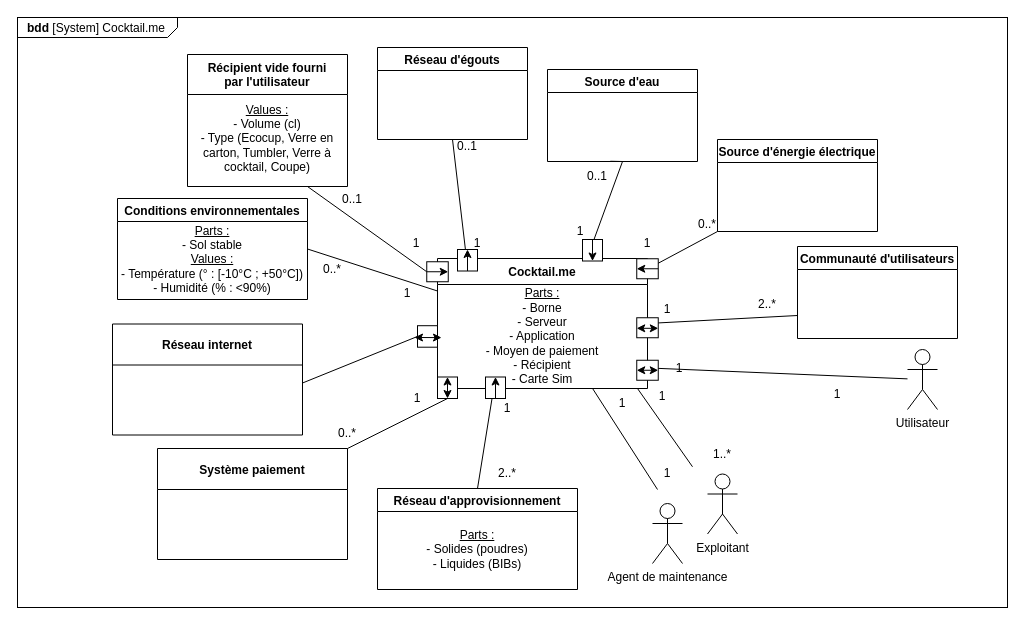
The draw.io diagram page "Contexte organique 28/04" (2 of 14) of borneCocktailP22.drawio in mbricogn/TN29-MBSE, before the edit. Source tidied: cells renumbered, new cells numbered last; positions are measured from the earlier drawing's top-left corner, leaving out a move shared by most shapes. Both pictures are drawn from the tidied source at 100%, with x=0, y=0 at pixel (17, 17).
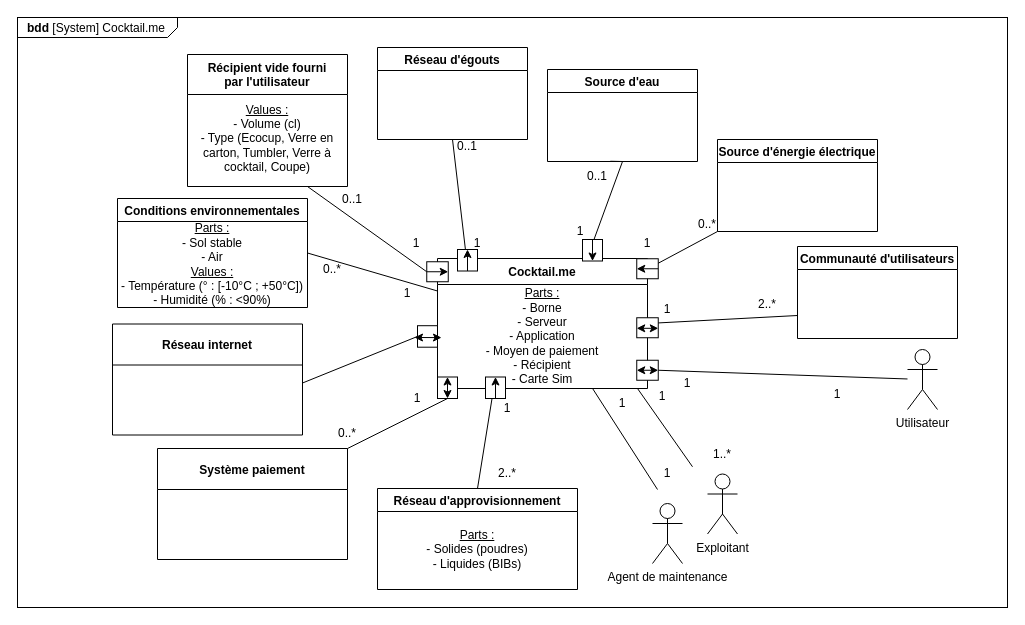
The same page after the edit.

The change refers to these unchanged cells:
```xml
<mxCell id="5" value="Utilisateur" style="shape=umlActor;verticalLabelPosition=bottom;verticalAlign=top;html=1;" parent="1" vertex="1">
  <mxGeometry x="890" y="332" width="30" height="60" as="geometry" />
</mxCell>
<mxCell id="65" style="rounded=0;whiteSpace=wrap;html=1;rotation=90;" parent="1" vertex="1">
  <mxGeometry x="620" y="342" width="20" height="21.5" as="geometry" />
</mxCell>
```

Diff of the diagram source:
```diff
@@
     <mxCell id="30" value="Conditions environnementales" style="swimlane;" parent="1" vertex="1">
-      <mxGeometry x="100" y="181" width="190" height="101" as="geometry" />
+      <mxGeometry x="100" y="181" width="190" height="109" as="geometry" />
     </mxCell>
-    <mxCell id="31" value="&lt;div&gt;&lt;u&gt;Parts :&lt;/u&gt;&lt;/div&gt;&lt;div&gt;- Sol stable&lt;br&gt;&lt;/div&gt;&lt;div&gt;&lt;u&gt;Values :&lt;/u&gt;&lt;/div&gt;&lt;div&gt;- Température (° : [-10°C ; +50°C])&lt;br&gt;&lt;/div&gt;&lt;div&gt;- Humidité (% : &amp;lt;90%)&lt;br&gt;&lt;/div&gt;" style="text;html=1;strokeColor=none;fillColor=none;align=center;verticalAlign=middle;whiteSpace=wrap;rounded=0;" parent="30" vertex="1">
-      <mxGeometry y="21" width="190" height="79" as="geometry" />
+    <mxCell id="31" value="&lt;div&gt;&lt;u&gt;Parts :&lt;/u&gt;&lt;/div&gt;&lt;div&gt;- Sol stable&lt;/div&gt;&lt;div&gt;- Air&lt;br&gt;&lt;/div&gt;&lt;div&gt;&lt;u&gt;Values :&lt;/u&gt;&lt;/div&gt;&lt;div&gt;- Température (° : [-10°C ; +50°C])&lt;br&gt;&lt;/div&gt;&lt;div&gt;- Humidité (% : &amp;lt;90%)&lt;br&gt;&lt;/div&gt;" style="text;html=1;strokeColor=none;fillColor=none;align=center;verticalAlign=middle;whiteSpace=wrap;rounded=0;" parent="30" vertex="1">
+      <mxGeometry y="26" width="190" height="79" as="geometry" />
     </mxCell>
@@
-    <mxCell id="47" style="rounded=0;jettySize=auto;html=1;exitX=0;exitY=0.5;exitDx=0;exitDy=0;endArrow=none;endFill=0;" parent="1" edge="1" source="64" target="5">
+    <mxCell id="47" style="rounded=0;jettySize=auto;html=1;endArrow=none;endFill=0;exitX=0.5;exitY=0;exitDx=0;exitDy=0;" parent="1" edge="1" source="65" target="5">
       <mxGeometry relative="1" as="geometry" />
     </mxCell>
@@
     <mxCell id="64" value="1" style="text;html=1;strokeColor=none;fillColor=none;align=center;verticalAlign=middle;whiteSpace=wrap;rounded=0;" parent="1" vertex="1">
-      <mxGeometry x="632" y="335.5" width="60" height="30" as="geometry" />
+      <mxGeometry x="640" y="351" width="60" height="30" as="geometry" />
     </mxCell>
```
